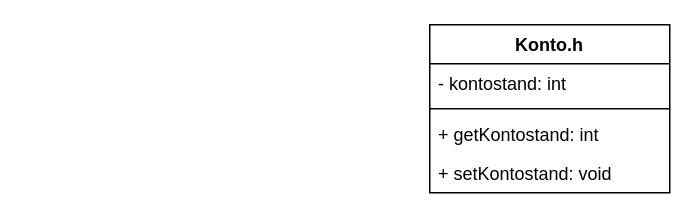
The draw.io diagram Konto/konto.drawio in Zongamin/CPP_Konto, before the edit. Source tidied: cells renumbered, new cells numbered last; positions are measured from the earlier drawing's top-left corner, leaving out a move shared by most shapes. Both pictures are drawn from the tidied source at 150%, with x=0, y=0 at pixel (429, 24).
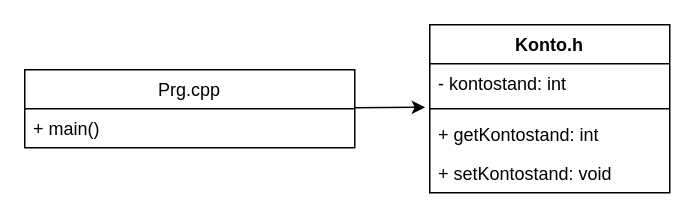
After the change.

The edit, as a diff of the source:
```diff
@@
 <mxGraphModel>
   <root>
     <mxCell id="0" />
     <mxCell id="1" parent="0" />
     <mxCell id="2" value="Konto.h" style="swimlane;fontStyle=1;align=center;verticalAlign=top;horizontal=1;startSize=26;" parent="1" vertex="1">
       <mxGeometry width="160" height="112" as="geometry" />
     </mxCell>
     <mxCell id="3" value="- kontostand: int" style="text;strokeColor=none;fillColor=none;align=left;verticalAlign=top;spacingLeft=4;spacingRight=4;overflow=hidden;points=[[0,0.5],[1,0.5]];portConstraint=eastwest;" parent="2" vertex="1">
       <mxGeometry y="26" width="160" height="26" as="geometry" />
     </mxCell>
     <mxCell id="4" style="line;strokeWidth=1;fillColor=none;align=left;verticalAlign=middle;spacingTop=-1;spacingLeft=3;spacingRight=3;labelPosition=right;strokeColor=inherit;" parent="2" vertex="1">
       <mxGeometry y="52" width="160" height="8" as="geometry" />
     </mxCell>
     <mxCell id="5" value="+ getKontostand: int" style="text;strokeColor=none;fillColor=none;align=left;verticalAlign=top;spacingLeft=4;spacingRight=4;overflow=hidden;" parent="2" vertex="1">
       <mxGeometry y="60" width="160" height="26" as="geometry" />
     </mxCell>
     <mxCell id="6" value="+ setKontostand: void" style="text;strokeColor=none;fillColor=none;align=left;verticalAlign=top;spacingLeft=4;spacingRight=4;overflow=hidden;" parent="2" vertex="1">
       <mxGeometry y="86" width="160" height="26" as="geometry" />
     </mxCell>
+    <mxCell id="7" style="edgeStyle=none;html=1;entryX=-0.019;entryY=1.115;entryDx=0;entryDy=0;entryPerimeter=0;" parent="1" edge="1" source="8" target="3">
+      <mxGeometry relative="1" as="geometry" />
+    </mxCell>
+    <mxCell id="8" value="Prg.cpp" style="swimlane;fontStyle=0;horizontal=1;startSize=26;fillColor=none;" parent="1" vertex="1">
+      <mxGeometry x="-270" y="30" width="220" height="52" as="geometry" />
+    </mxCell>
+    <mxCell id="9" value="+ main()" style="text;strokeColor=none;fillColor=none;align=left;verticalAlign=top;spacingLeft=4;spacingRight=4;overflow=hidden;" parent="8" vertex="1">
+      <mxGeometry y="26" width="220" height="26" as="geometry" />
+    </mxCell>
   </root>
 </mxGraphModel>
```
